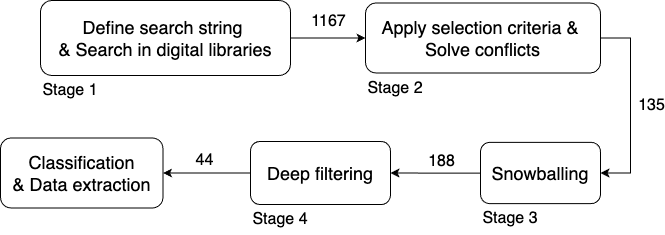
This is figure/selection_process.png from ruizhengu/XR-testing-study, a draw.io export, as it was before one commit. Source tidied: cells renumbered, new cells last; positions are measured from the earlier drawing's top-left corner, leaving out a move shared by most shapes.
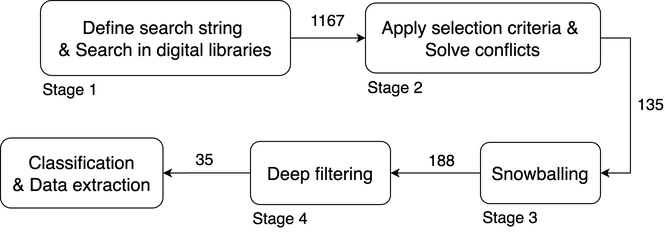
After the change.

Diff of the diagram source:
```diff
@@ -49,7 +49,7 @@
     <mxCell id="13" style="edgeStyle=orthogonalEdgeStyle;rounded=0;jettySize=auto;html=1;" parent="1" edge="1" source="15" target="11">
       <mxGeometry relative="1" as="geometry" />
     </mxCell>
-    <mxCell id="14" value="&lt;font style=&quot;font-size: 16px;&quot;&gt;44&lt;/font&gt;" style="edgeLabel;html=1;align=center;verticalAlign=middle;" parent="13" vertex="1">
+    <mxCell id="14" value="&lt;font style=&quot;font-size: 16px;&quot;&gt;35&lt;/font&gt;" style="edgeLabel;html=1;align=center;verticalAlign=middle;" parent="13" vertex="1">
       <mxGeometry x="0.06" y="-4" relative="1" as="geometry">
         <mxPoint y="-9" as="offset" />
       </mxGeometry>
```
